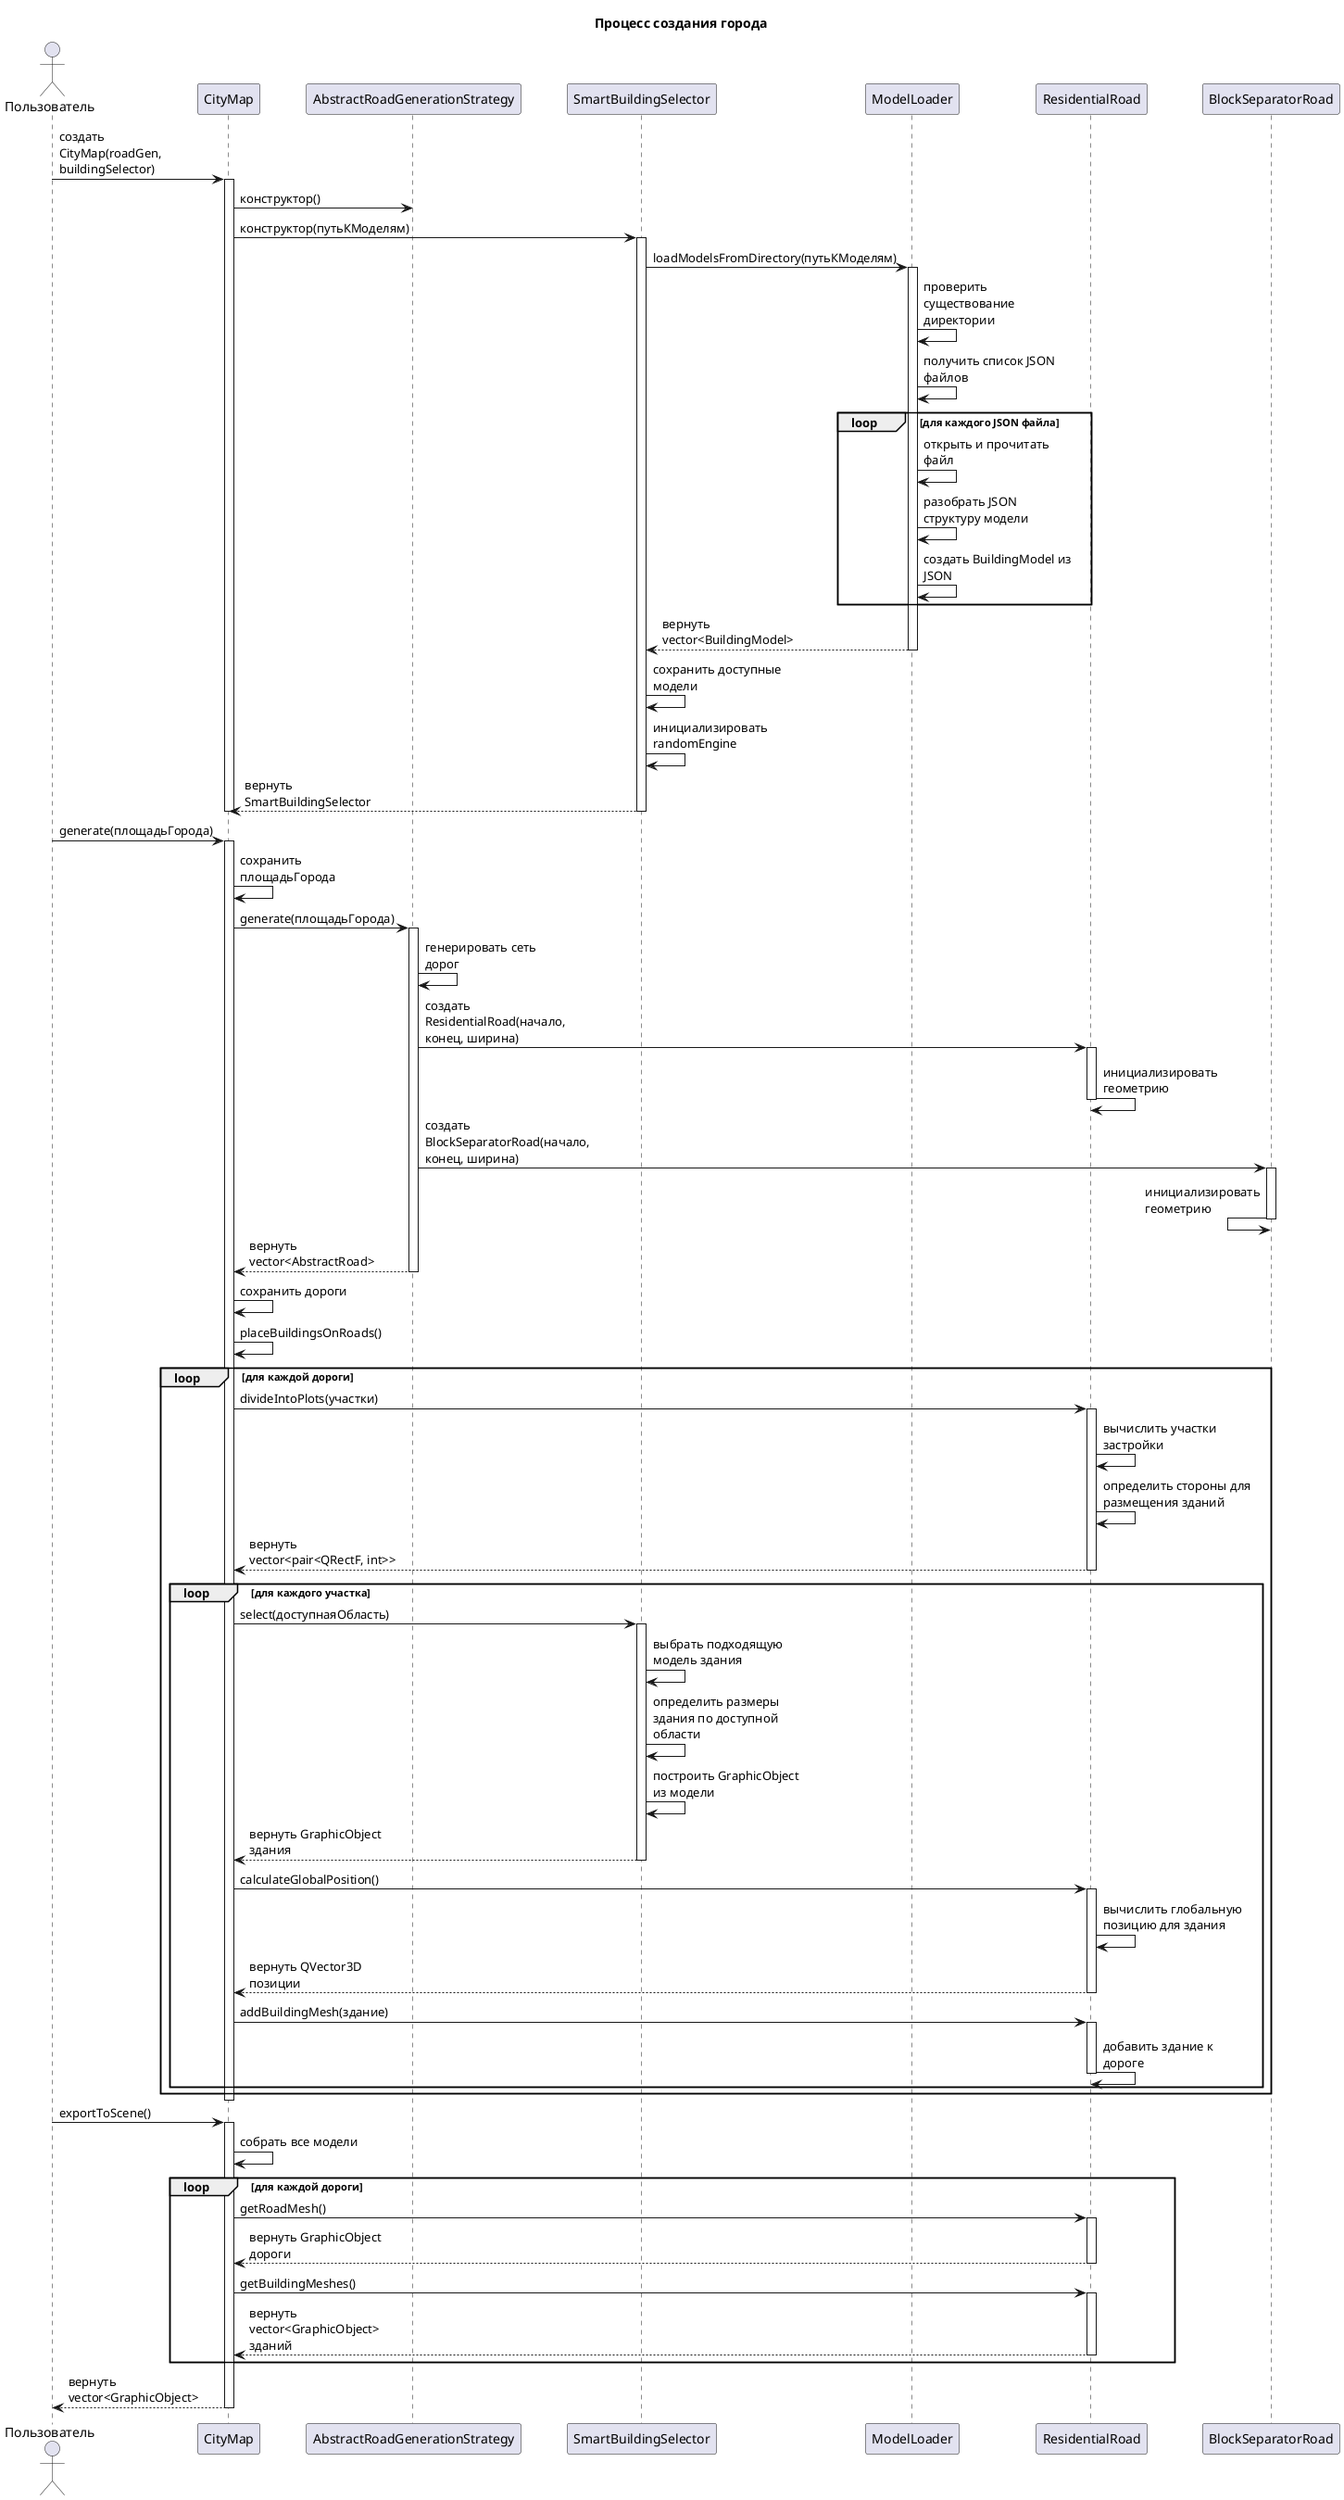
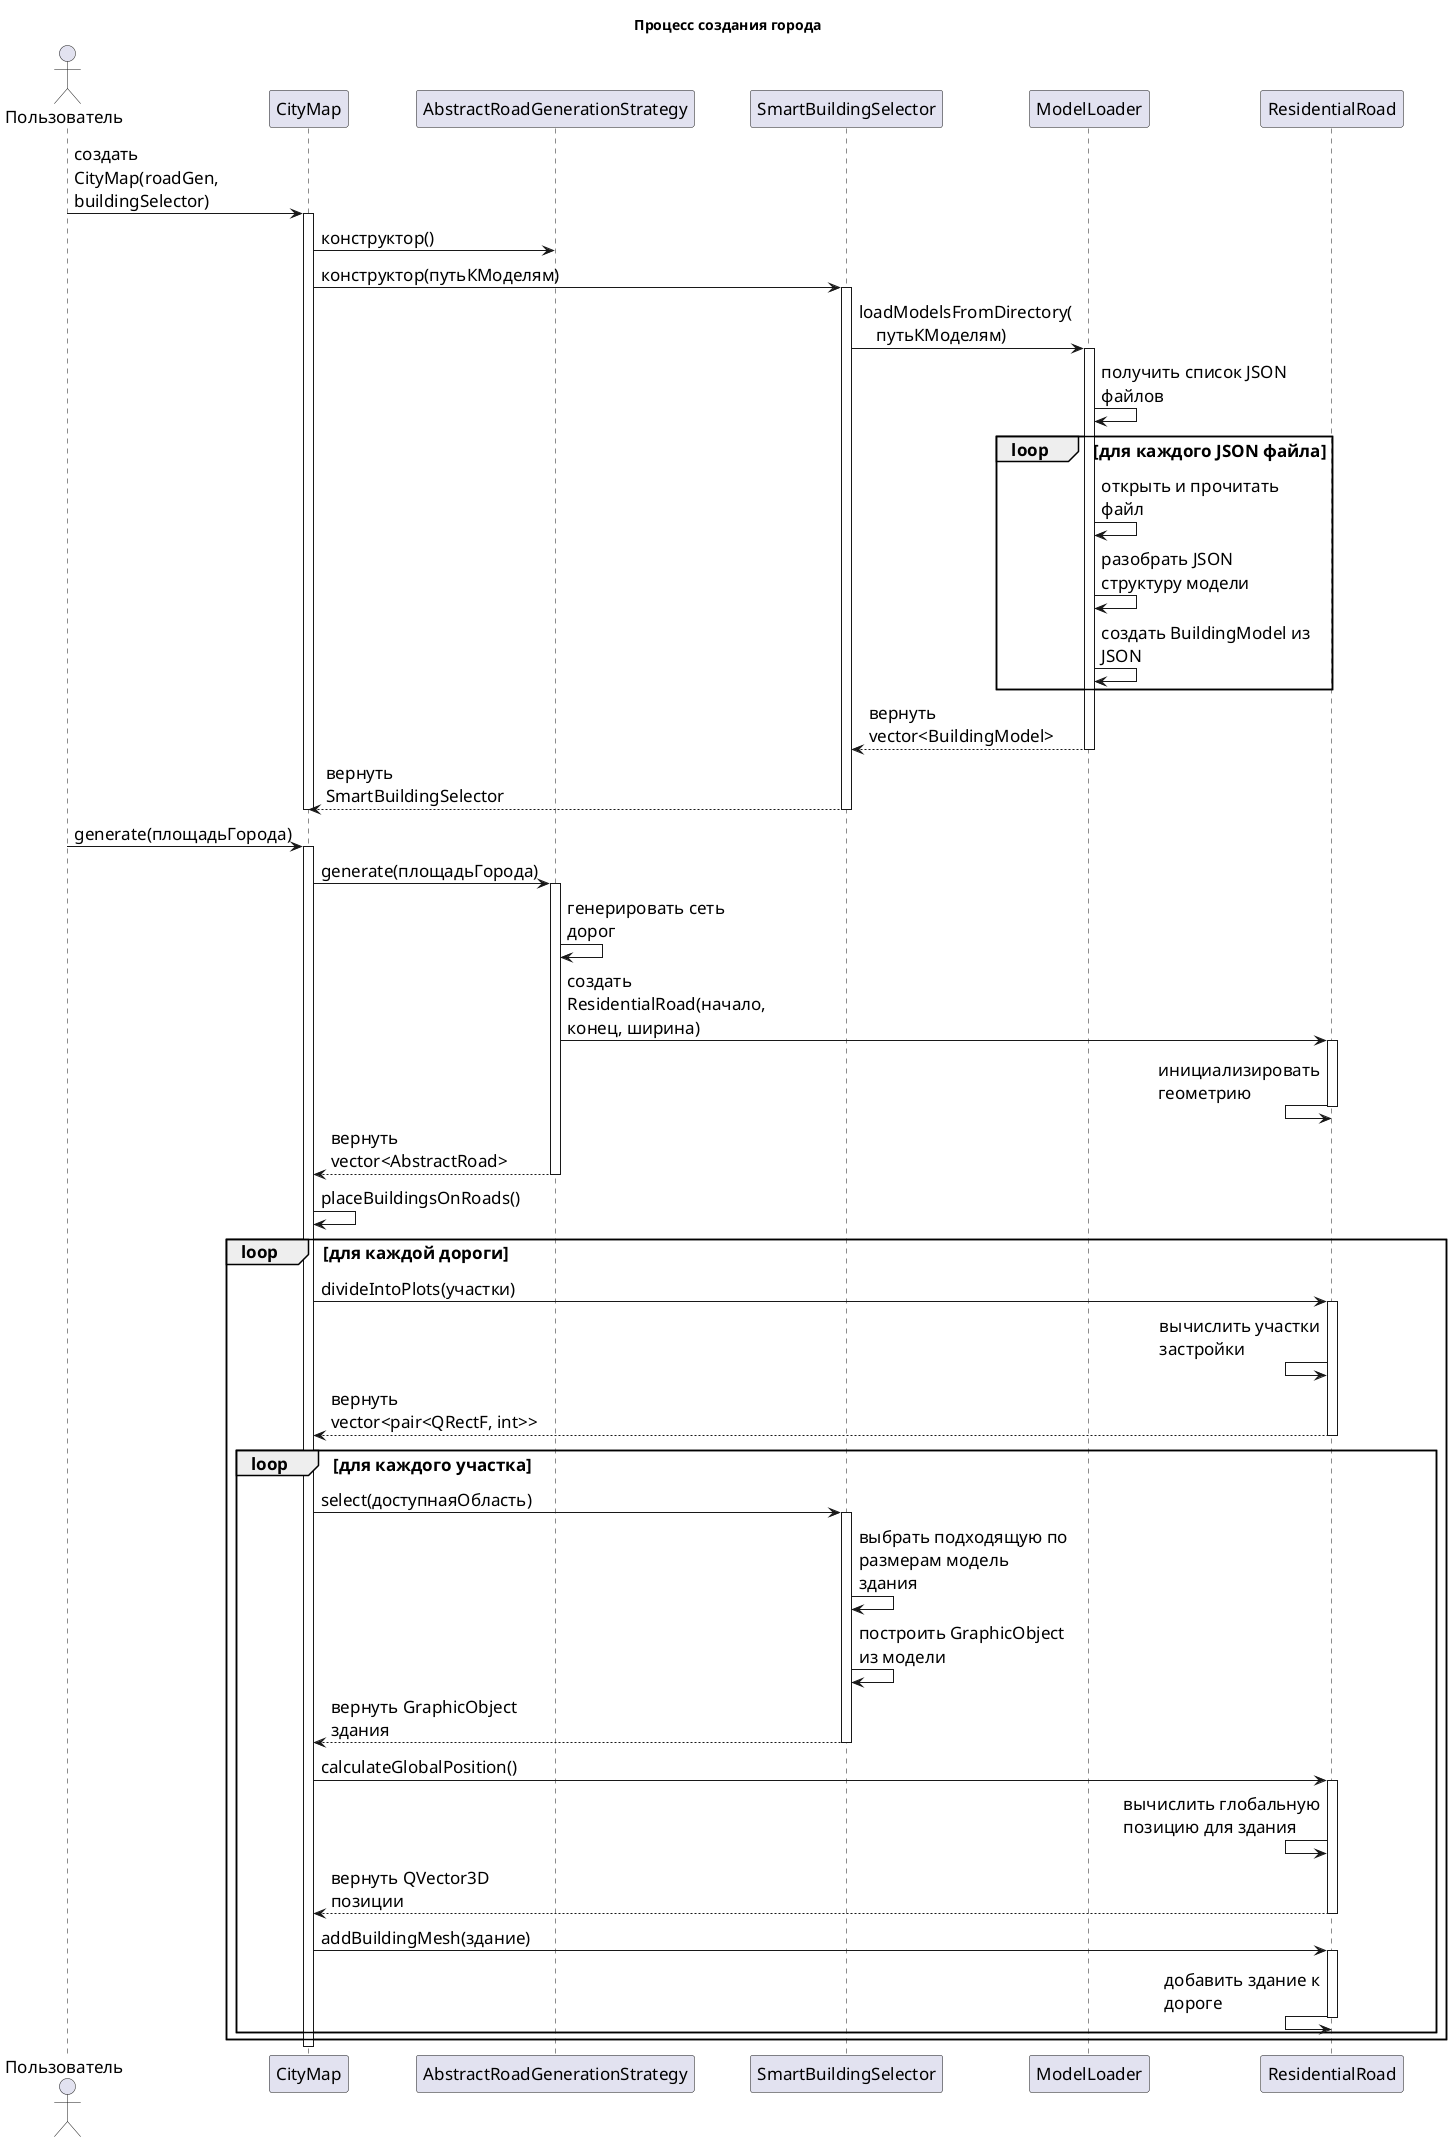
@startuml
title Процесс создания города
- skinparam ParticipantPadding 20
- skinparam maxMessageSize 160
- 
+ skinparam ParticipantPadding 23
+ skinparam maxMessageSize 210
+ skinparam defaultFontSize 17

actor Пользователь
participant "CityMap" as CM
participant "AbstractRoadGenerationStrategy" as RG
participant "SmartBuildingSelector" as SBS
participant "ModelLoader" as ML
participant "ResidentialRoad" as RR
- participant "BlockSeparatorRoad" as BR

Пользователь -> CM: создать CityMap(roadGen, buildingSelector)
activate CM
CM -> RG: конструктор()
CM -> SBS: конструктор(путьКМоделям)
activate SBS
- SBS -> ML: loadModelsFromDirectory(путьКМоделям)
+ SBS -> ML: loadModelsFromDirectory(\n    путьКМоделям)
activate ML
- ML -> ML: проверить существование директории
ML -> ML: получить список JSON файлов
loop для каждого JSON файла
    ML -> ML: открыть и прочитать файл
    ML -> ML: разобрать JSON структуру модели
    ML -> ML: создать BuildingModel из JSON
end
ML --> SBS: вернуть vector<BuildingModel>
deactivate ML
- SBS -> SBS: сохранить доступные модели
- SBS -> SBS: инициализировать randomEngine
SBS --> CM: вернуть SmartBuildingSelector
deactivate SBS
CM--

Пользователь -> CM: generate(площадьГорода)
activate CM
- CM -> CM: сохранить площадьГорода
CM -> RG: generate(площадьГорода)
activate RG
RG -> RG: генерировать сеть дорог
RG -> RR: создать ResidentialRoad(начало, конец, ширина)
activate RR
- RR -> RR: инициализировать геометрию
+ RR <- RR: инициализировать геометрию
deactivate RR
- RG -> BR: создать BlockSeparatorRoad(начало, конец, ширина)
- activate BR
- BR <- BR: инициализировать геометрию
- deactivate BR
RG --> CM: вернуть vector<AbstractRoad>
deactivate RG

- CM -> CM: сохранить дороги
CM -> CM: placeBuildingsOnRoads()
loop для каждой дороги
    CM -> RR: divideIntoPlots(участки)
    activate RR
-     RR -> RR: вычислить участки застройки
-     RR -> RR: определить стороны для размещения зданий
+     RR <- RR: вычислить участки застройки
    RR --> CM: вернуть vector<pair<QRectF, int>>
    deactivate RR
    loop для каждого участка
        CM -> SBS: select(доступнаяОбласть)
        activate SBS
-         SBS -> SBS: выбрать подходящую модель здания
-         SBS -> SBS: определить размеры здания по доступной области
+         SBS -> SBS: выбрать подходящую по размерам модель здания
        SBS -> SBS: построить GraphicObject из модели
        SBS --> CM: вернуть GraphicObject здания
        deactivate SBS
        CM -> RR: calculateGlobalPosition()
        activate RR
-         RR -> RR: вычислить глобальную позицию для здания
+         RR <- RR: вычислить глобальную позицию для здания
        RR --> CM: вернуть QVector3D позиции
        deactivate RR
        CM -> RR: addBuildingMesh(здание)
        activate RR
-         RR -> RR: добавить здание к дороге
+         RR <- RR: добавить здание к дороге
        deactivate RR
    end
end
deactivate CM

- Пользователь -> CM: exportToScene()
- activate CM
- CM -> CM: собрать все модели
- loop для каждой дороги
-     CM -> RR: getRoadMesh()
-     activate RR
-     RR --> CM: вернуть GraphicObject дороги
-     deactivate RR
-     CM -> RR: getBuildingMeshes()
-     activate RR
-     RR --> CM: вернуть vector<GraphicObject> зданий
-     deactivate RR
- end
- CM --> Пользователь: вернуть vector<GraphicObject>
- deactivate CM
- 
@enduml